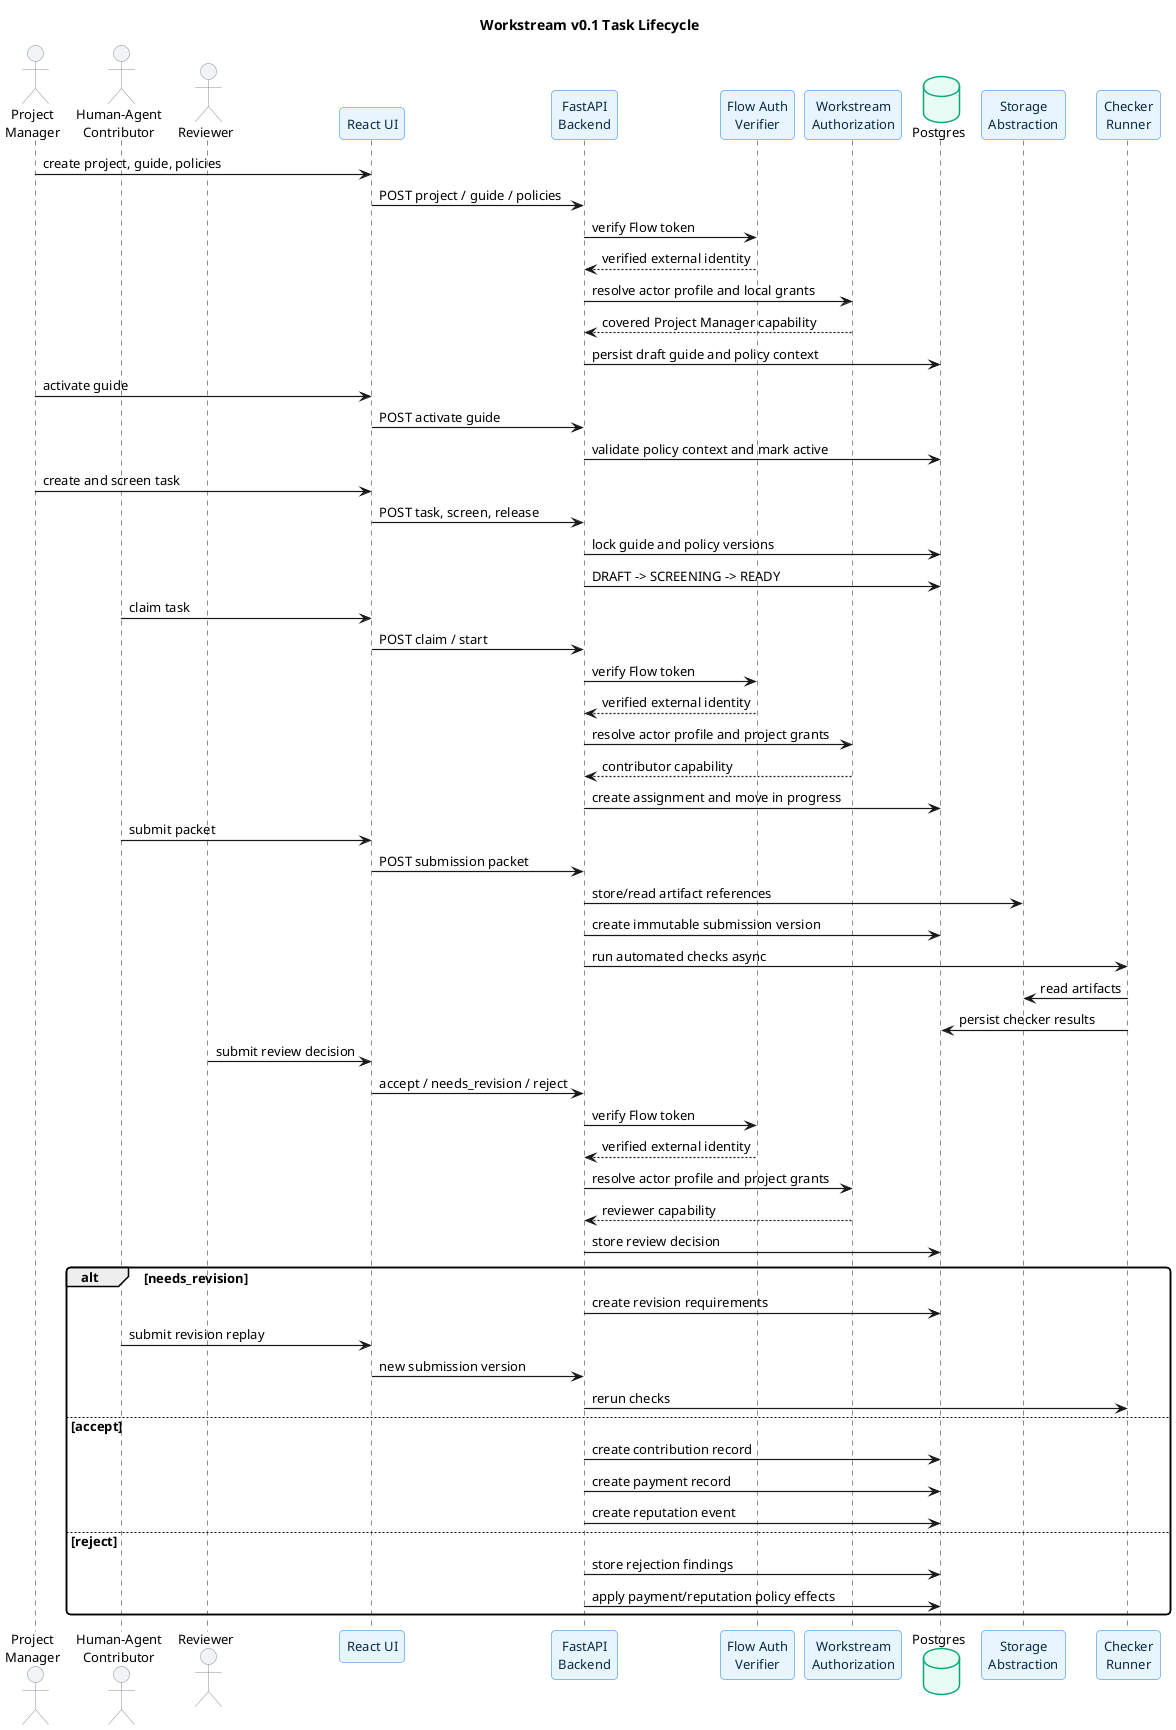
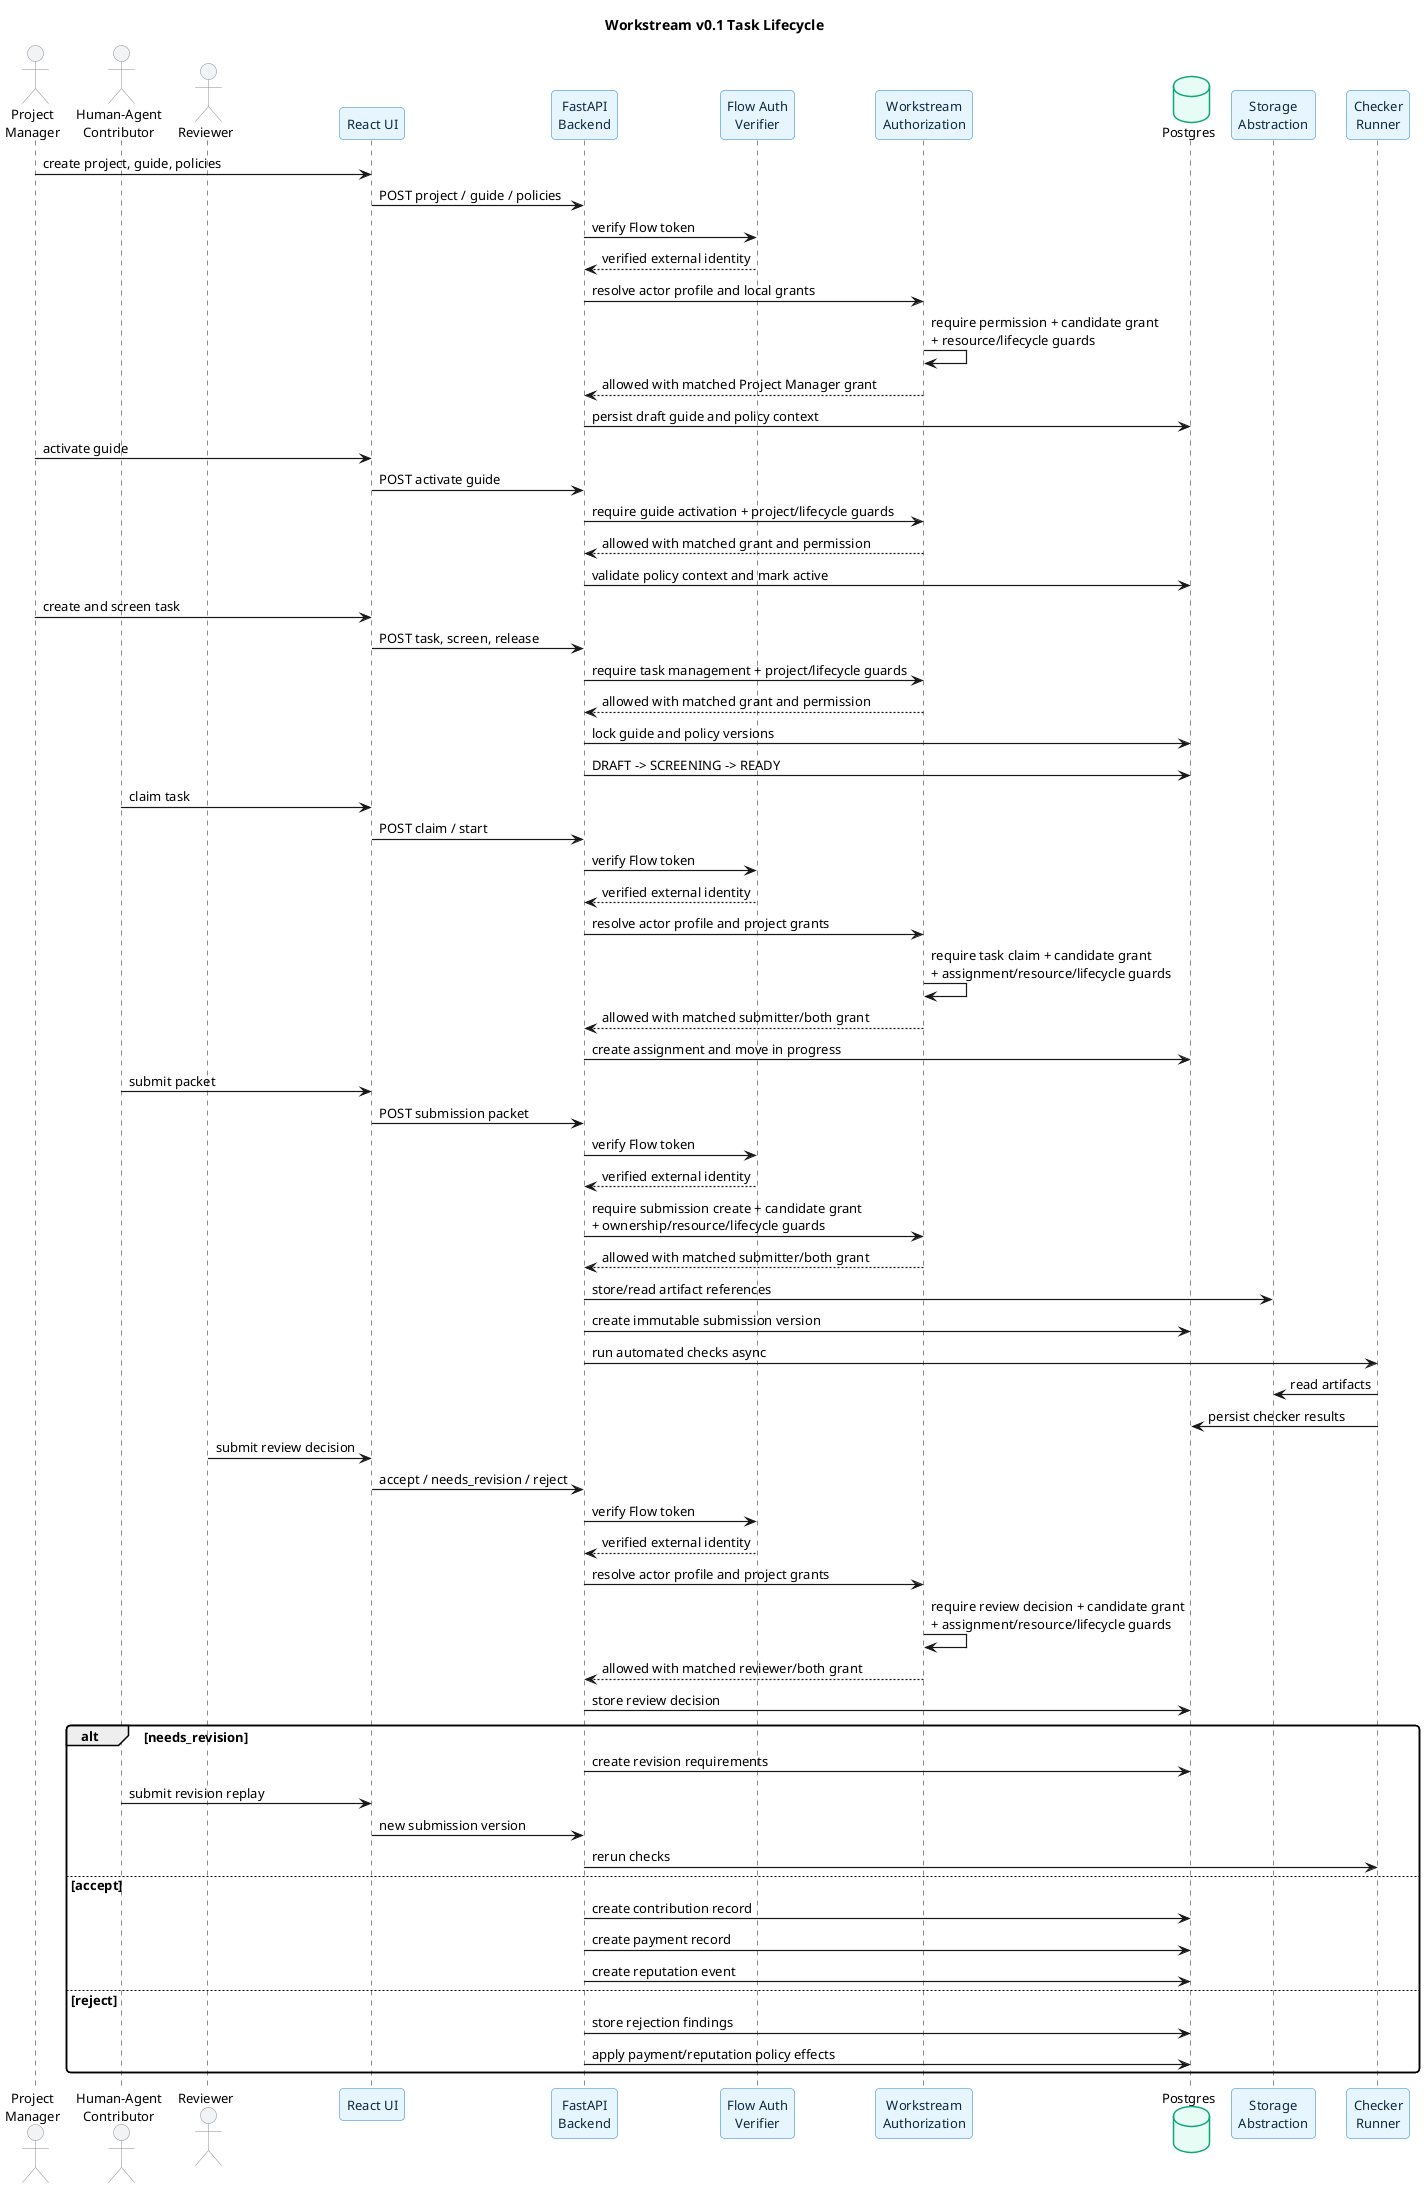
@startuml task_lifecycle_sequence
title Workstream v0.1 Task Lifecycle

skinparam backgroundColor #FFFFFF
skinparam shadowing false
skinparam roundcorner 8
skinparam defaultFontName Arial
skinparam defaultFontSize 13
skinparam SequenceArrowThickness 1.2
skinparam ParticipantBorderColor #1C7ED6
skinparam ParticipantBackgroundColor #E7F5FF
skinparam ParticipantFontColor #0B2942
skinparam ActorBorderColor #868E96
skinparam ActorBackgroundColor #F1F3F5
skinparam DatabaseBorderColor #0CA678
skinparam DatabaseBackgroundColor #E6FCF5

actor "Project\nManager" as PM
actor "Human-Agent\nContributor" as Contributor
actor Reviewer
participant "React UI" as UI
participant "FastAPI\nBackend" as API
participant "Flow Auth\nVerifier" as Auth
participant "Workstream\nAuthorization" as Authorization
database "Postgres" as DB
participant "Storage\nAbstraction" as Storage
participant "Checker\nRunner" as Checks

PM -> UI : create project, guide, policies
UI -> API : POST project / guide / policies
API -> Auth : verify Flow token
Auth --> API : verified external identity
API -> Authorization : resolve actor profile and local grants
- Authorization --> API : covered Project Manager capability
+ Authorization -> Authorization : require permission + candidate grant\n+ resource/lifecycle guards
+ Authorization --> API : allowed with matched Project Manager grant
API -> DB : persist draft guide and policy context

PM -> UI : activate guide
UI -> API : POST activate guide
+ API -> Authorization : require guide activation + project/lifecycle guards
+ Authorization --> API : allowed with matched grant and permission
API -> DB : validate policy context and mark active

PM -> UI : create and screen task
UI -> API : POST task, screen, release
+ API -> Authorization : require task management + project/lifecycle guards
+ Authorization --> API : allowed with matched grant and permission
API -> DB : lock guide and policy versions
API -> DB : DRAFT -> SCREENING -> READY

Contributor -> UI : claim task
UI -> API : POST claim / start
API -> Auth : verify Flow token
Auth --> API : verified external identity
API -> Authorization : resolve actor profile and project grants
- Authorization --> API : contributor capability
+ Authorization -> Authorization : require task claim + candidate grant\n+ assignment/resource/lifecycle guards
+ Authorization --> API : allowed with matched submitter/both grant
API -> DB : create assignment and move in progress

Contributor -> UI : submit packet
UI -> API : POST submission packet
+ API -> Auth : verify Flow token
+ Auth --> API : verified external identity
+ API -> Authorization : require submission create + candidate grant\n+ ownership/resource/lifecycle guards
+ Authorization --> API : allowed with matched submitter/both grant
API -> Storage : store/read artifact references
API -> DB : create immutable submission version

API -> Checks : run automated checks async
Checks -> Storage : read artifacts
Checks -> DB : persist checker results

Reviewer -> UI : submit review decision
UI -> API : accept / needs_revision / reject
API -> Auth : verify Flow token
Auth --> API : verified external identity
API -> Authorization : resolve actor profile and project grants
- Authorization --> API : reviewer capability
+ Authorization -> Authorization : require review decision + candidate grant\n+ assignment/resource/lifecycle guards
+ Authorization --> API : allowed with matched reviewer/both grant
API -> DB : store review decision

alt needs_revision
  API -> DB : create revision requirements
  Contributor -> UI : submit revision replay
  UI -> API : new submission version
  API -> Checks : rerun checks
else accept
  API -> DB : create contribution record
  API -> DB : create payment record
  API -> DB : create reputation event
else reject
  API -> DB : store rejection findings
  API -> DB : apply payment/reputation policy effects
end
@enduml
